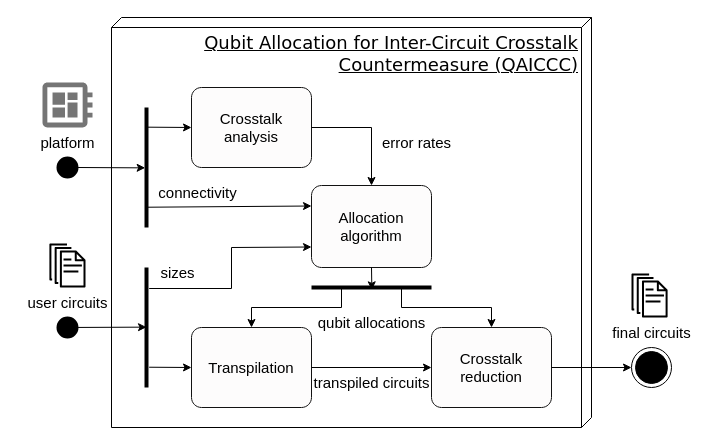
The draw.io diagram CrosstalkCM.drawio in yoann-marquer/Diagrams, before the edit. Source tidied: cells renumbered, new cells numbered last; positions are measured from the earlier drawing's top-left corner, leaving out a move shared by most shapes. Both pictures are drawn from the tidied source at 100%, with x=0, y=0 at pixel (17, 17).
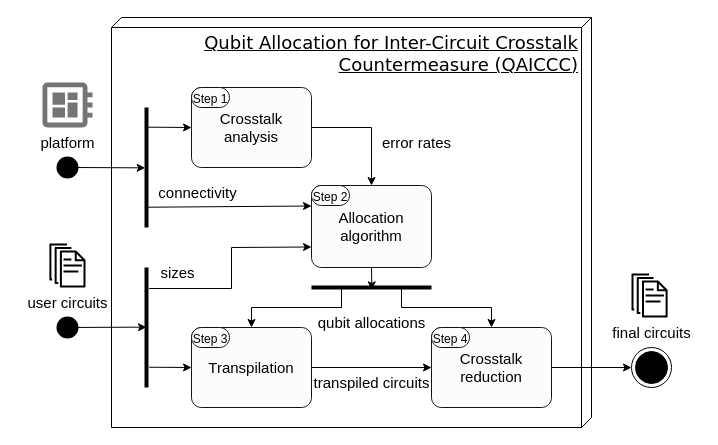
The same page after the edit.

Commit message:
add step numbers

What changed in the source:
```diff
@@
+    <mxCell id="37" value="&lt;font style=&quot;font-size: 12px;&quot;&gt;Step 1&lt;br&gt;&lt;/font&gt;" style="shape=mxgraph.bpmn.task;whiteSpace=wrap;rectStyle=rounded;size=10;html=1;taskMarker=abstract;strokeColor=#121212;fontSize=15;fillColor=#fdfcfc;" parent="1" vertex="1">
+      <mxGeometry x="174" y="70" width="38" height="20" as="geometry" />
+    </mxCell>
+    <mxCell id="38" value="&lt;font style=&quot;font-size: 12px;&quot;&gt;Step 2&lt;br&gt;&lt;/font&gt;" style="shape=mxgraph.bpmn.task;whiteSpace=wrap;rectStyle=rounded;size=10;html=1;taskMarker=abstract;strokeColor=#121212;fontSize=15;fillColor=#fdfcfc;" parent="1" vertex="1">
+      <mxGeometry x="294" y="168" width="38" height="20" as="geometry" />
+    </mxCell>
+    <mxCell id="39" value="&lt;font style=&quot;font-size: 12px;&quot;&gt;Step 3&lt;br&gt;&lt;/font&gt;" style="shape=mxgraph.bpmn.task;whiteSpace=wrap;rectStyle=rounded;size=10;html=1;taskMarker=abstract;strokeColor=#121212;fontSize=15;fillColor=#fdfcfc;" parent="1" vertex="1">
+      <mxGeometry x="174" y="310" width="38" height="20" as="geometry" />
+    </mxCell>
+    <mxCell id="40" value="&lt;font style=&quot;font-size: 12px;&quot;&gt;Step 4&lt;br&gt;&lt;/font&gt;" style="shape=mxgraph.bpmn.task;whiteSpace=wrap;rectStyle=rounded;size=10;html=1;taskMarker=abstract;strokeColor=#121212;fontSize=15;fillColor=#fdfcfc;" parent="1" vertex="1">
+      <mxGeometry x="414" y="310" width="38" height="20" as="geometry" />
+    </mxCell>
```
